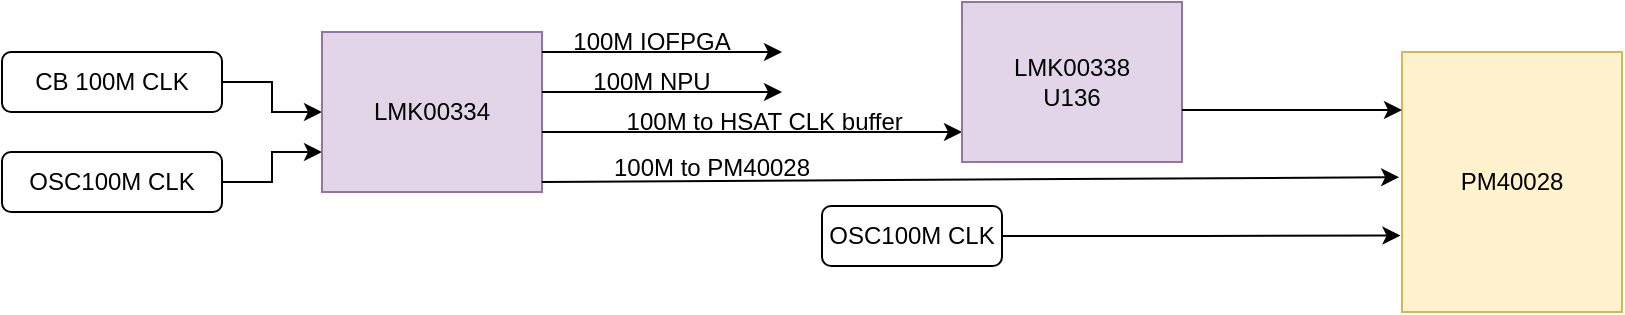
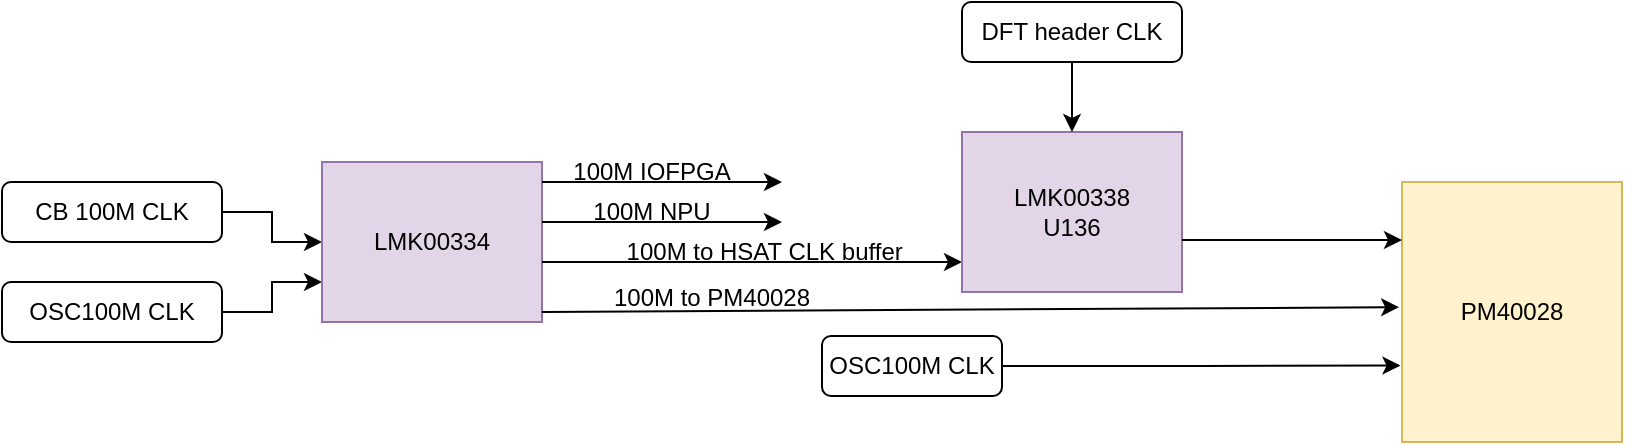
<mxfile host="app.diagrams.net">
  <diagram name="Page-1" id="cJ1i2ZrDSGZ8loSRIs3i">
    <mxGraphModel dx="1005" dy="500" grid="1" gridSize="10" guides="1" tooltips="1" connect="1" arrows="1" fold="1" page="1" pageScale="1" pageWidth="850" pageHeight="1100" math="0" shadow="0">
      <root>
        <mxCell id="0" />
        <mxCell id="1" parent="0" />
        <mxCell id="sCWqNb8X9fbYyOMFXr9O-10" edge="1" parent="1" source="sCWqNb8X9fbYyOMFXr9O-2" style="edgeStyle=orthogonalEdgeStyle;rounded=0;orthogonalLoop=1;jettySize=auto;html=1;exitX=1;exitY=0.5;exitDx=0;exitDy=0;" target="sCWqNb8X9fbYyOMFXr9O-5">
          <mxGeometry relative="1" as="geometry" />
        </mxCell>
        <mxCell id="sCWqNb8X9fbYyOMFXr9O-2" parent="1" style="rounded=1;whiteSpace=wrap;html=1;" value="CB 100M CLK" vertex="1">
          <mxGeometry height="30" width="110" x="200" y="200" as="geometry" />
        </mxCell>
        <mxCell id="sCWqNb8X9fbYyOMFXr9O-9" edge="1" parent="1" source="sCWqNb8X9fbYyOMFXr9O-3" style="edgeStyle=orthogonalEdgeStyle;rounded=0;orthogonalLoop=1;jettySize=auto;html=1;exitX=1;exitY=0.5;exitDx=0;exitDy=0;entryX=0;entryY=0.75;entryDx=0;entryDy=0;" target="sCWqNb8X9fbYyOMFXr9O-5">
          <mxGeometry relative="1" as="geometry" />
        </mxCell>
        <mxCell id="sCWqNb8X9fbYyOMFXr9O-3" parent="1" style="rounded=1;whiteSpace=wrap;html=1;" value="OSC100M CLK" vertex="1">
          <mxGeometry height="30" width="110" x="200" y="250" as="geometry" />
        </mxCell>
        <mxCell id="sCWqNb8X9fbYyOMFXr9O-5" parent="1" style="rounded=0;whiteSpace=wrap;html=1;fillColor=#e1d5e7;strokeColor=#9673a6;" value="&lt;span style=&quot;text-align: left;&quot;&gt;LMK00334&lt;/span&gt;" vertex="1">
          <mxGeometry height="80" width="110" x="360" y="190" as="geometry" />
        </mxCell>
        <mxCell id="sCWqNb8X9fbYyOMFXr9O-11" edge="1" parent="1" style="endArrow=classic;html=1;rounded=0;" value="">
          <mxGeometry height="50" relative="1" width="50" as="geometry">
            <mxPoint x="470" y="200" as="sourcePoint" />
            <mxPoint x="590" y="200" as="targetPoint" />
          </mxGeometry>
        </mxCell>
        <mxCell id="sCWqNb8X9fbYyOMFXr9O-12" parent="1" style="text;html=1;whiteSpace=wrap;strokeColor=none;fillColor=none;align=center;verticalAlign=middle;rounded=0;" value="100M IOFPGA" vertex="1">
          <mxGeometry height="30" width="100" x="475" y="180" as="geometry" />
        </mxCell>
        <mxCell id="sCWqNb8X9fbYyOMFXr9O-13" edge="1" parent="1" style="endArrow=classic;html=1;rounded=0;" value="">
          <mxGeometry height="50" relative="1" width="50" as="geometry">
            <mxPoint x="470" y="220" as="sourcePoint" />
            <mxPoint x="590" y="220" as="targetPoint" />
          </mxGeometry>
        </mxCell>
        <mxCell id="sCWqNb8X9fbYyOMFXr9O-14" parent="1" style="text;html=1;whiteSpace=wrap;strokeColor=none;fillColor=none;align=center;verticalAlign=middle;rounded=0;" value="100M NPU" vertex="1">
          <mxGeometry height="30" width="200" x="425" y="200" as="geometry" />
        </mxCell>
        <mxCell id="sCWqNb8X9fbYyOMFXr9O-17" edge="1" parent="1" style="endArrow=classic;html=1;rounded=0;" value="">
          <mxGeometry height="50" relative="1" width="50" as="geometry">
            <mxPoint x="470" y="240" as="sourcePoint" />
            <mxPoint x="680" y="240" as="targetPoint" />
          </mxGeometry>
        </mxCell>
        <mxCell id="sCWqNb8X9fbYyOMFXr9O-18" parent="1" style="text;html=1;whiteSpace=wrap;strokeColor=none;fillColor=none;align=center;verticalAlign=middle;rounded=0;" value="100M to HSAT CLK buffer&amp;nbsp;" vertex="1">
          <mxGeometry height="30" width="230" x="468" y="220" as="geometry" />
        </mxCell>
        <mxCell id="sCWqNb8X9fbYyOMFXr9O-21" parent="1" style="text;html=1;whiteSpace=wrap;strokeColor=none;fillColor=none;align=center;verticalAlign=middle;rounded=0;" value="100M to PM40028" vertex="1">
          <mxGeometry height="30" width="230" x="440" y="243" as="geometry" />
        </mxCell>
        <mxCell id="sCWqNb8X9fbYyOMFXr9O-23" parent="1" style="rounded=1;whiteSpace=wrap;html=1;" value="OSC100M CLK" vertex="1">
          <mxGeometry height="30" width="90" x="610" y="277" as="geometry" />
        </mxCell>
        <mxCell id="sCWqNb8X9fbYyOMFXr9O-24" parent="1" style="rounded=0;whiteSpace=wrap;html=1;fillColor=#fff2cc;strokeColor=#d6b656;" value="&lt;span style=&quot;text-align: left;&quot;&gt;PM40028&lt;/span&gt;" vertex="1">
          <mxGeometry height="130" width="110" x="900" y="200" as="geometry" />
        </mxCell>
        <mxCell id="sCWqNb8X9fbYyOMFXr9O-25" edge="1" parent="1" source="sCWqNb8X9fbYyOMFXr9O-23" style="edgeStyle=orthogonalEdgeStyle;rounded=0;orthogonalLoop=1;jettySize=auto;html=1;exitX=1;exitY=0.5;exitDx=0;exitDy=0;entryX=-0.007;entryY=0.706;entryDx=0;entryDy=0;entryPerimeter=0;" target="sCWqNb8X9fbYyOMFXr9O-24">
          <mxGeometry relative="1" as="geometry" />
        </mxCell>
        <mxCell id="sCWqNb8X9fbYyOMFXr9O-28" parent="1" style="rounded=0;whiteSpace=wrap;html=1;fillColor=#e1d5e7;strokeColor=#9673a6;" value="&lt;span style=&quot;text-align: left;&quot;&gt;LMK00338&lt;/span&gt;&lt;div&gt;&lt;span style=&quot;text-align: left;&quot;&gt;U136&lt;/span&gt;&lt;/div&gt;" vertex="1">
          <mxGeometry height="80" width="110" x="680" y="175" as="geometry" />
        </mxCell>
        <mxCell id="sCWqNb8X9fbYyOMFXr9O-30" edge="1" parent="1" style="endArrow=classic;html=1;rounded=0;exitX=0.13;exitY=0.667;exitDx=0;exitDy=0;exitPerimeter=0;entryX=-0.013;entryY=0.443;entryDx=0;entryDy=0;entryPerimeter=0;" value="">
          <mxGeometry height="50" relative="1" width="50" as="geometry">
            <mxPoint x="469.9000000000001" y="265.01" as="sourcePoint" />
            <mxPoint x="898.5699999999999" y="262.59000000000003" as="targetPoint" />
          </mxGeometry>
        </mxCell>
        <mxCell id="sCWqNb8X9fbYyOMFXr9O-31" edge="1" parent="1" style="endArrow=classic;html=1;rounded=0;" value="">
          <mxGeometry height="50" relative="1" width="50" as="geometry">
            <mxPoint x="790" y="229" as="sourcePoint" />
            <mxPoint x="900" y="229" as="targetPoint" />
          </mxGeometry>
        </mxCell>
+         <mxCell id="sCWqNb8X9fbYyOMFXr9O-33" edge="1" parent="1" source="sCWqNb8X9fbYyOMFXr9O-32" style="edgeStyle=orthogonalEdgeStyle;rounded=0;orthogonalLoop=1;jettySize=auto;html=1;exitX=0.5;exitY=1;exitDx=0;exitDy=0;entryX=0.5;entryY=0;entryDx=0;entryDy=0;" target="sCWqNb8X9fbYyOMFXr9O-28">
+           <mxGeometry relative="1" as="geometry" />
+         </mxCell>
+         <mxCell id="sCWqNb8X9fbYyOMFXr9O-32" parent="1" style="rounded=1;whiteSpace=wrap;html=1;" value="DFT header CLK" vertex="1">
+           <mxGeometry height="30" width="110" x="680" y="110" as="geometry" />
+         </mxCell>
      </root>
    </mxGraphModel>
  </diagram>
</mxfile>
